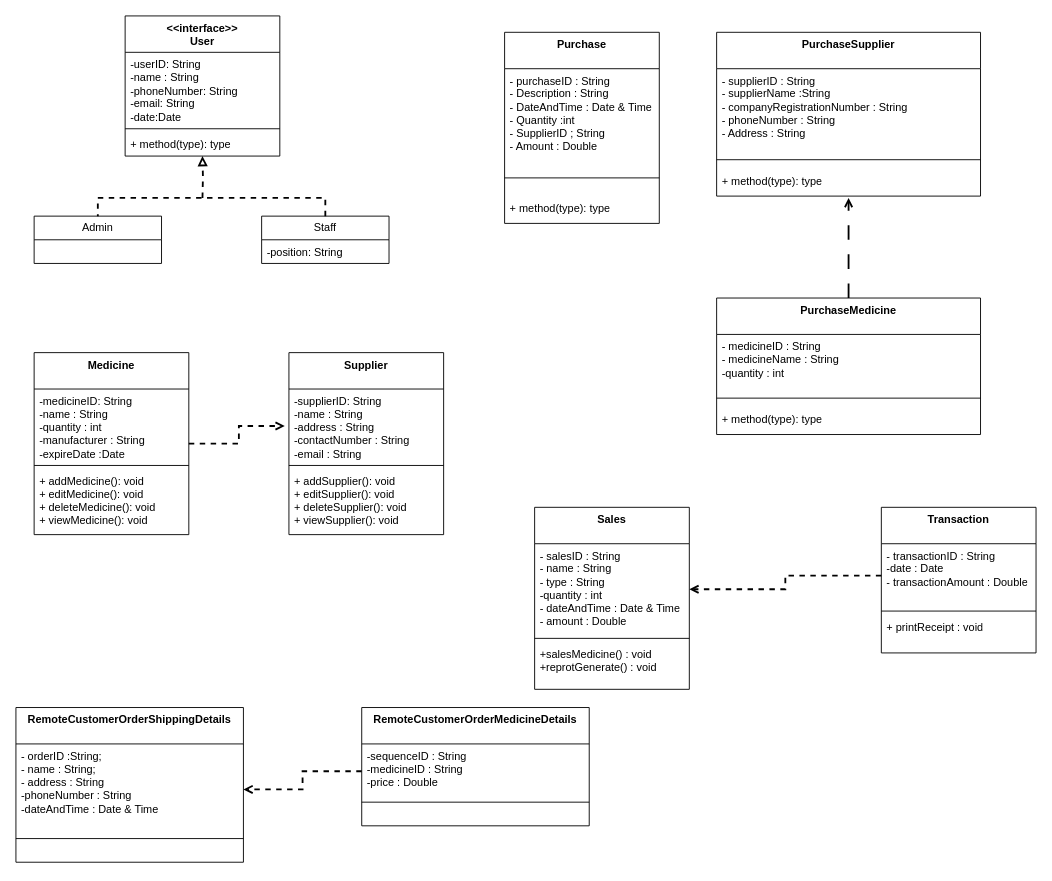
Above: Doc/Class Diagram/Class Diagram.drawio in ChandimalPriyamantha/Pharmacy_Shop_Management_System (draw.io), before the change. Source tidied: cells renumbered, new cells numbered last; positions are measured from the earlier drawing's top-left corner, leaving out a move shared by most shapes. Both pictures are drawn from the tidied source at 91%, with x=0, y=0 at pixel (15, 15).
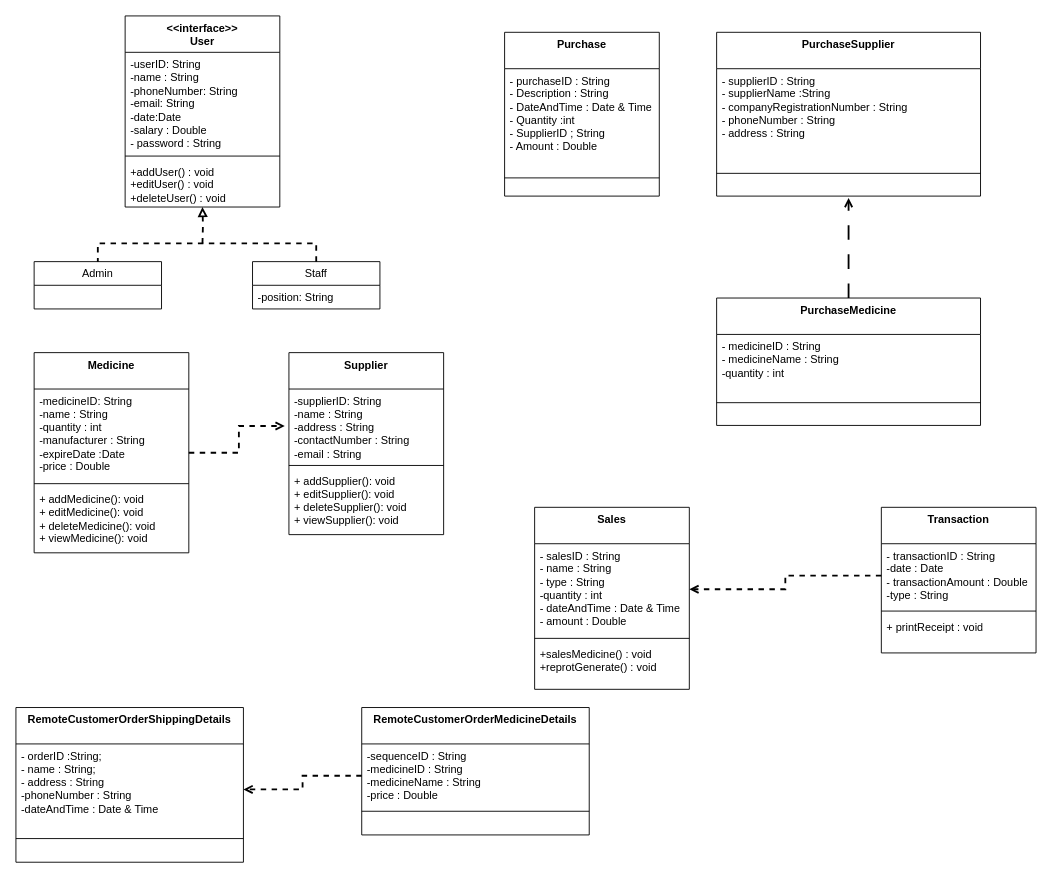
The same diagram, later.

Unchanged cells that the change refers to:
```xml
<mxCell id="24" value="PurchaseSupplier" style="swimlane;fontStyle=1;align=center;verticalAlign=top;horizontal=1;startSize=40;whiteSpace=wrap;html=1;" parent="1" vertex="1">
  <mxGeometry x="770" y="18" width="290" height="180" as="geometry" />
</mxCell>
<mxCell id="37" value="Transaction" style="swimlane;fontStyle=1;align=center;verticalAlign=top;horizontal=1;startSize=40;whiteSpace=wrap;html=1;" parent="1" vertex="1">
  <mxGeometry x="951" y="540" width="170" height="160" as="geometry" />
</mxCell>
```

Diff of the diagram source:
```diff
@@
     <mxCell id="2" style="edgeStyle=orthogonalEdgeStyle;rounded=0;jettySize=auto;html=1;dashed=1;endArrow=block;endFill=0;strokeWidth=2;" parent="1" edge="1" target="3">
       <mxGeometry relative="1" as="geometry">
-        <mxPoint x="205" y="200" as="sourcePoint" />
+        <mxPoint x="205" y="250" as="sourcePoint" />
       </mxGeometry>
     </mxCell>
     <mxCell id="3" value="&amp;lt;&amp;lt;interface&amp;gt;&amp;gt;&lt;br&gt;User" style="swimlane;fontStyle=1;align=center;verticalAlign=top;horizontal=1;startSize=40;whiteSpace=wrap;html=1;" parent="1" vertex="1">
-      <mxGeometry x="120" width="170" height="154" as="geometry" />
+      <mxGeometry x="120" width="170" height="210" as="geometry" />
     </mxCell>
-    <mxCell id="4" value="-userID: String&lt;br&gt;-name : String&lt;br&gt;-phoneNumber: String&lt;br&gt;-email: String&lt;br&gt;-date:Date" style="text;strokeColor=none;fillColor=none;align=left;verticalAlign=top;spacingLeft=4;spacingRight=4;overflow=hidden;whiteSpace=wrap;html=1;" parent="3" vertex="1">
-      <mxGeometry y="40" width="170" height="80" as="geometry" />
+    <mxCell id="4" value="-userID: String&lt;br&gt;-name : String&lt;br&gt;-phoneNumber: String&lt;br&gt;-email: String&lt;br&gt;-date:Date&lt;br&gt;-salary : Double&lt;br&gt;- password : String" style="text;strokeColor=none;fillColor=none;align=left;verticalAlign=top;spacingLeft=4;spacingRight=4;overflow=hidden;whiteSpace=wrap;html=1;" parent="3" vertex="1">
+      <mxGeometry y="40" width="170" height="110" as="geometry" />
     </mxCell>
     <mxCell id="5" style="line;strokeWidth=1;fillColor=none;align=left;verticalAlign=middle;spacingTop=-1;spacingLeft=3;spacingRight=3;labelPosition=right;strokeColor=inherit;" parent="3" vertex="1">
-      <mxGeometry y="120" width="170" height="8" as="geometry" />
+      <mxGeometry y="150" width="170" height="8" as="geometry" />
     </mxCell>
-    <mxCell id="6" value="+ method(type): type" style="text;strokeColor=none;fillColor=none;align=left;verticalAlign=top;spacingLeft=4;spacingRight=4;overflow=hidden;whiteSpace=wrap;html=1;" parent="3" vertex="1">
-      <mxGeometry y="128" width="170" height="26" as="geometry" />
+    <mxCell id="6" value="+addUser() : void&lt;br&gt;+editUser() : void&lt;br&gt;+deleteUser() : void" style="text;strokeColor=none;fillColor=none;align=left;verticalAlign=top;spacingLeft=4;spacingRight=4;overflow=hidden;whiteSpace=wrap;html=1;" parent="3" vertex="1">
+      <mxGeometry y="158" width="170" height="52" as="geometry" />
     </mxCell>
     <mxCell id="7" value="Admin" style="swimlane;fontStyle=0;horizontal=1;startSize=26;fillColor=none;whiteSpace=wrap;html=1;" parent="1" vertex="1">
-      <mxGeometry x="20" y="220" width="140" height="52" as="geometry" />
+      <mxGeometry x="20" y="270" width="140" height="52" as="geometry" />
     </mxCell>
     <mxCell id="8" value="Staff" style="swimlane;fontStyle=0;horizontal=1;startSize=26;fillColor=none;whiteSpace=wrap;html=1;" parent="1" vertex="1">
-      <mxGeometry x="270" y="220" width="140" height="52" as="geometry" />
+      <mxGeometry x="260" y="270" width="140" height="52" as="geometry" />
     </mxCell>
@@
     <mxCell id="10" style="edgeStyle=orthogonalEdgeStyle;rounded=0;jettySize=auto;html=1;endArrow=none;endFill=0;exitX=0.5;exitY=0;exitDx=0;exitDy=0;entryX=0.5;entryY=0;entryDx=0;entryDy=0;dashed=1;strokeWidth=2;" parent="1" edge="1" source="8" target="7">
-      <mxGeometry relative="1" as="geometry" />
+      <mxGeometry relative="1" as="geometry">
+        <Array as="points">
+          <mxPoint x="330" y="250" />
+          <mxPoint x="90" y="250" />
+        </Array>
+      </mxGeometry>
     </mxCell>
     <mxCell id="11" value="Purchase" style="swimlane;fontStyle=1;align=center;verticalAlign=top;horizontal=1;startSize=40;whiteSpace=wrap;html=1;" parent="1" vertex="1">
-      <mxGeometry x="537" y="18" width="170" height="210" as="geometry" />
+      <mxGeometry x="537" y="18" width="170" height="180" as="geometry" />
     </mxCell>
@@
-    <mxCell id="14" value="+ method(type): type" style="text;strokeColor=none;fillColor=none;align=left;verticalAlign=top;spacingLeft=4;spacingRight=4;overflow=hidden;whiteSpace=wrap;html=1;" parent="11" vertex="1">
-      <mxGeometry y="180" width="170" height="30" as="geometry" />
-    </mxCell>
@@
     <mxCell id="16" value="Medicine" style="swimlane;fontStyle=1;align=center;verticalAlign=top;horizontal=1;startSize=40;whiteSpace=wrap;html=1;" parent="1" vertex="1">
-      <mxGeometry x="20" y="370" width="170" height="200" as="geometry" />
+      <mxGeometry x="20" y="370" width="170" height="220" as="geometry" />
     </mxCell>
-    <mxCell id="17" value="-medicineID: String&lt;br&gt;-name : String&lt;br&gt;-quantity : int&lt;br&gt;-manufacturer : String&lt;br&gt;-expireDate :Date" style="text;strokeColor=none;fillColor=none;align=left;verticalAlign=top;spacingLeft=4;spacingRight=4;overflow=hidden;whiteSpace=wrap;html=1;" parent="16" vertex="1">
-      <mxGeometry y="40" width="170" height="80" as="geometry" />
+    <mxCell id="17" value="-medicineID: String&lt;br&gt;-name : String&lt;br&gt;-quantity : int&lt;br&gt;-manufacturer : String&lt;br&gt;-expireDate :Date&lt;br&gt;-price : Double" style="text;strokeColor=none;fillColor=none;align=left;verticalAlign=top;spacingLeft=4;spacingRight=4;overflow=hidden;whiteSpace=wrap;html=1;" parent="16" vertex="1">
+      <mxGeometry y="40" width="170" height="100" as="geometry" />
     </mxCell>
     <mxCell id="18" style="line;strokeWidth=1;fillColor=none;align=left;verticalAlign=middle;spacingTop=-1;spacingLeft=3;spacingRight=3;labelPosition=right;strokeColor=inherit;" parent="16" vertex="1">
-      <mxGeometry y="120" width="170" height="8" as="geometry" />
+      <mxGeometry y="140" width="170" height="8" as="geometry" />
     </mxCell>
     <mxCell id="19" value="+ addMedicine(): void&lt;br&gt;+ editMedicine(): void&lt;br&gt;+ deleteMedicine(): void&lt;br&gt;+ viewMedicine(): void" style="text;strokeColor=none;fillColor=none;align=left;verticalAlign=top;spacingLeft=4;spacingRight=4;overflow=hidden;whiteSpace=wrap;html=1;" parent="16" vertex="1">
-      <mxGeometry y="128" width="170" height="72" as="geometry" />
+      <mxGeometry y="148" width="170" height="72" as="geometry" />
     </mxCell>
@@
-    <mxCell id="25" value="- supplierID : String&amp;nbsp;&lt;br&gt;- supplierName :String&lt;br&gt;- companyRegistrationNumber : String&lt;br&gt;- phoneNumber : String&lt;br&gt;- Address : String" style="text;strokeColor=none;fillColor=none;align=left;verticalAlign=top;spacingLeft=4;spacingRight=4;overflow=hidden;whiteSpace=wrap;html=1;" parent="24" vertex="1">
+    <mxCell id="25" value="- supplierID : String&amp;nbsp;&lt;br&gt;- supplierName :String&lt;br&gt;- companyRegistrationNumber : String&lt;br&gt;- phoneNumber : String&lt;br&gt;- address : String" style="text;strokeColor=none;fillColor=none;align=left;verticalAlign=top;spacingLeft=4;spacingRight=4;overflow=hidden;whiteSpace=wrap;html=1;" parent="24" vertex="1">
       <mxGeometry y="40" width="290" height="90" as="geometry" />
     </mxCell>
     <mxCell id="26" style="line;strokeWidth=1;fillColor=none;align=left;verticalAlign=middle;spacingTop=-1;spacingLeft=3;spacingRight=3;labelPosition=right;strokeColor=inherit;" parent="24" vertex="1">
-      <mxGeometry y="130" width="290" height="20" as="geometry" />
+      <mxGeometry y="130" width="290" height="50" as="geometry" />
     </mxCell>
-    <mxCell id="27" value="+ method(type): type" style="text;strokeColor=none;fillColor=none;align=left;verticalAlign=top;spacingLeft=4;spacingRight=4;overflow=hidden;whiteSpace=wrap;html=1;" parent="24" vertex="1">
-      <mxGeometry y="150" width="290" height="30" as="geometry" />
-    </mxCell>
@@
     <mxCell id="29" value="PurchaseMedicine" style="swimlane;fontStyle=1;align=center;verticalAlign=top;horizontal=1;startSize=40;whiteSpace=wrap;html=1;" parent="1" vertex="1">
-      <mxGeometry x="770" y="310" width="290" height="150" as="geometry" />
+      <mxGeometry x="770" y="310" width="290" height="140" as="geometry" />
     </mxCell>
     <mxCell id="30" value="- medicineID : String&lt;br&gt;- medicineName : String&lt;br&gt;-quantity : int" style="text;strokeColor=none;fillColor=none;align=left;verticalAlign=top;spacingLeft=4;spacingRight=4;overflow=hidden;whiteSpace=wrap;html=1;" parent="29" vertex="1">
-      <mxGeometry y="40" width="290" height="60" as="geometry" />
+      <mxGeometry y="40" width="290" height="50" as="geometry" />
     </mxCell>
     <mxCell id="31" style="line;strokeWidth=1;fillColor=none;align=left;verticalAlign=middle;spacingTop=-1;spacingLeft=3;spacingRight=3;labelPosition=right;strokeColor=inherit;" parent="29" vertex="1">
-      <mxGeometry y="100" width="290" height="20" as="geometry" />
+      <mxGeometry y="90" width="290" height="50" as="geometry" />
     </mxCell>
-    <mxCell id="32" value="+ method(type): type" style="text;strokeColor=none;fillColor=none;align=left;verticalAlign=top;spacingLeft=4;spacingRight=4;overflow=hidden;whiteSpace=wrap;html=1;" parent="29" vertex="1">
-      <mxGeometry y="120" width="290" height="30" as="geometry" />
-    </mxCell>
@@
-    <mxCell id="38" value="- transactionID : String&lt;br&gt;-date : Date&lt;br&gt;- transactionAmount : Double" style="text;strokeColor=none;fillColor=none;align=left;verticalAlign=top;spacingLeft=4;spacingRight=4;overflow=hidden;points=[[0,0.5],[1,0.5]];portConstraint=eastwest;whiteSpace=wrap;html=1;" parent="37" vertex="1">
+    <mxCell id="38" value="- transactionID : String&lt;br&gt;-date : Date&lt;br&gt;- transactionAmount : Double&lt;br&gt;-type : String" style="text;strokeColor=none;fillColor=none;align=left;verticalAlign=top;spacingLeft=4;spacingRight=4;overflow=hidden;points=[[0,0.5],[1,0.5]];portConstraint=eastwest;whiteSpace=wrap;html=1;" parent="37" vertex="1">
       <mxGeometry y="40" width="170" height="70" as="geometry" />
     </mxCell>
@@
     <mxCell id="46" value="RemoteCustomerOrderMedicineDetails" style="swimlane;fontStyle=1;align=center;verticalAlign=top;horizontal=1;startSize=40;whiteSpace=wrap;html=1;" parent="1" vertex="1">
-      <mxGeometry x="380" y="760" width="250" height="130" as="geometry" />
+      <mxGeometry x="380" y="760" width="250" height="140" as="geometry" />
     </mxCell>
-    <mxCell id="47" value="-sequenceID : String&lt;br&gt;-medicineID : String&lt;br&gt;-price : Double" style="text;strokeColor=none;fillColor=none;align=left;verticalAlign=top;spacingLeft=4;spacingRight=4;overflow=hidden;points=[[0,0.5],[1,0.5]];portConstraint=eastwest;whiteSpace=wrap;html=1;" parent="46" vertex="1">
-      <mxGeometry y="40" width="250" height="60" as="geometry" />
+    <mxCell id="47" value="-sequenceID : String&lt;br&gt;-medicineID : String&lt;br&gt;-medicineName : String&lt;br&gt;-price : Double" style="text;strokeColor=none;fillColor=none;align=left;verticalAlign=top;spacingLeft=4;spacingRight=4;overflow=hidden;points=[[0,0.5],[1,0.5]];portConstraint=eastwest;whiteSpace=wrap;html=1;" parent="46" vertex="1">
+      <mxGeometry y="40" width="250" height="70" as="geometry" />
     </mxCell>
     <mxCell id="48" style="line;strokeWidth=1;fillColor=none;align=left;verticalAlign=middle;spacingTop=-1;spacingLeft=3;spacingRight=3;labelPosition=right;strokeColor=inherit;" parent="46" vertex="1">
-      <mxGeometry y="100" width="250" height="8" as="geometry" />
+      <mxGeometry y="110" width="250" height="8" as="geometry" />
     </mxCell>
     <mxCell id="49" value="&lt;br&gt;" style="text;strokeColor=none;fillColor=none;align=left;verticalAlign=top;spacingLeft=4;spacingRight=4;overflow=hidden;whiteSpace=wrap;html=1;" parent="46" vertex="1">
-      <mxGeometry y="108" width="250" height="22" as="geometry" />
+      <mxGeometry y="118" width="250" height="22" as="geometry" />
     </mxCell>
```
